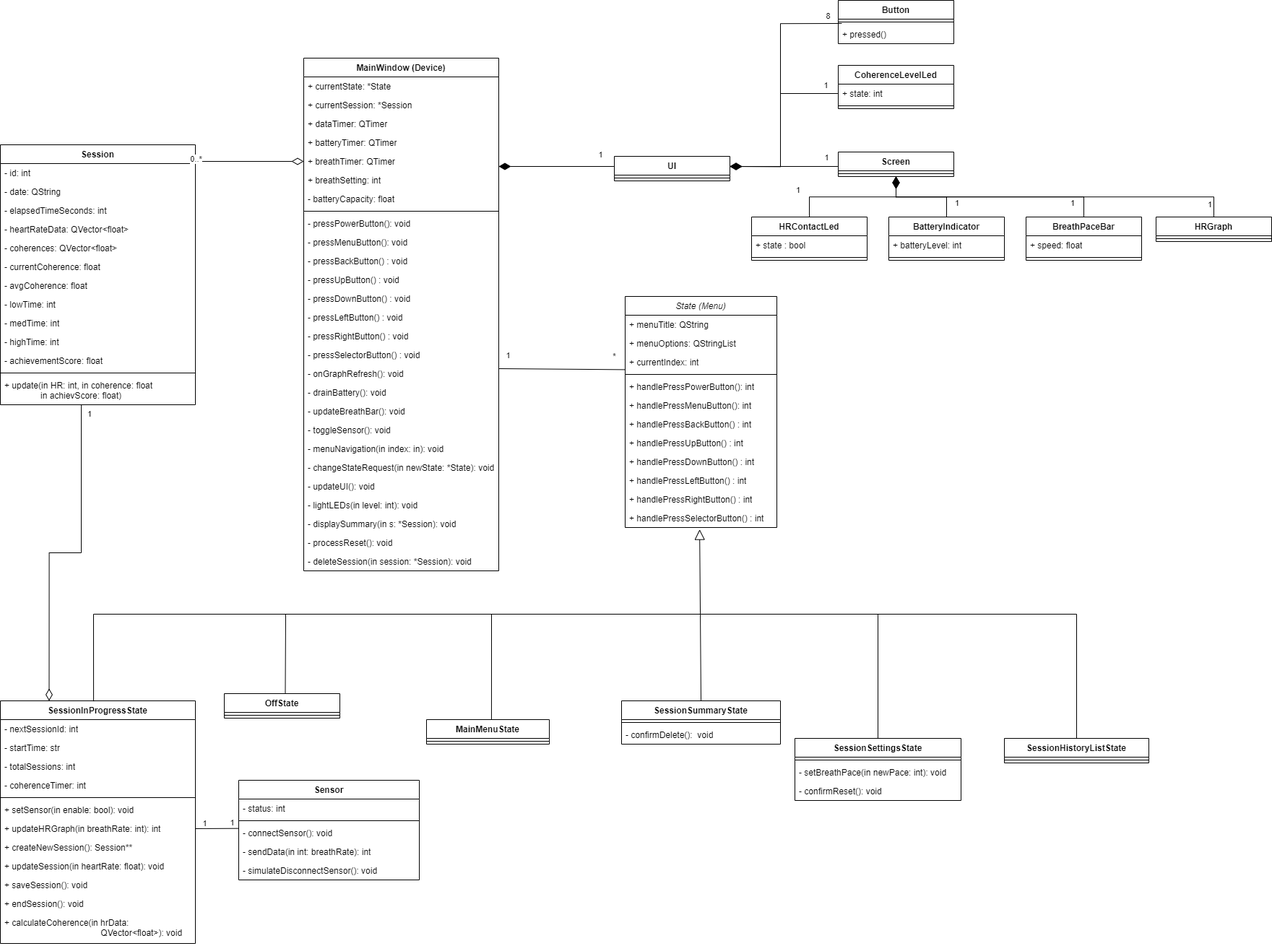
Above: design/UMLClassDiagram1.4.png in Monzama/Software_Engineering_Design_HRVsim (draw.io), before the change. Source tidied: cells renumbered, new cells last; positions are measured from the earlier drawing's top-left corner, leaving out a move shared by most shapes.
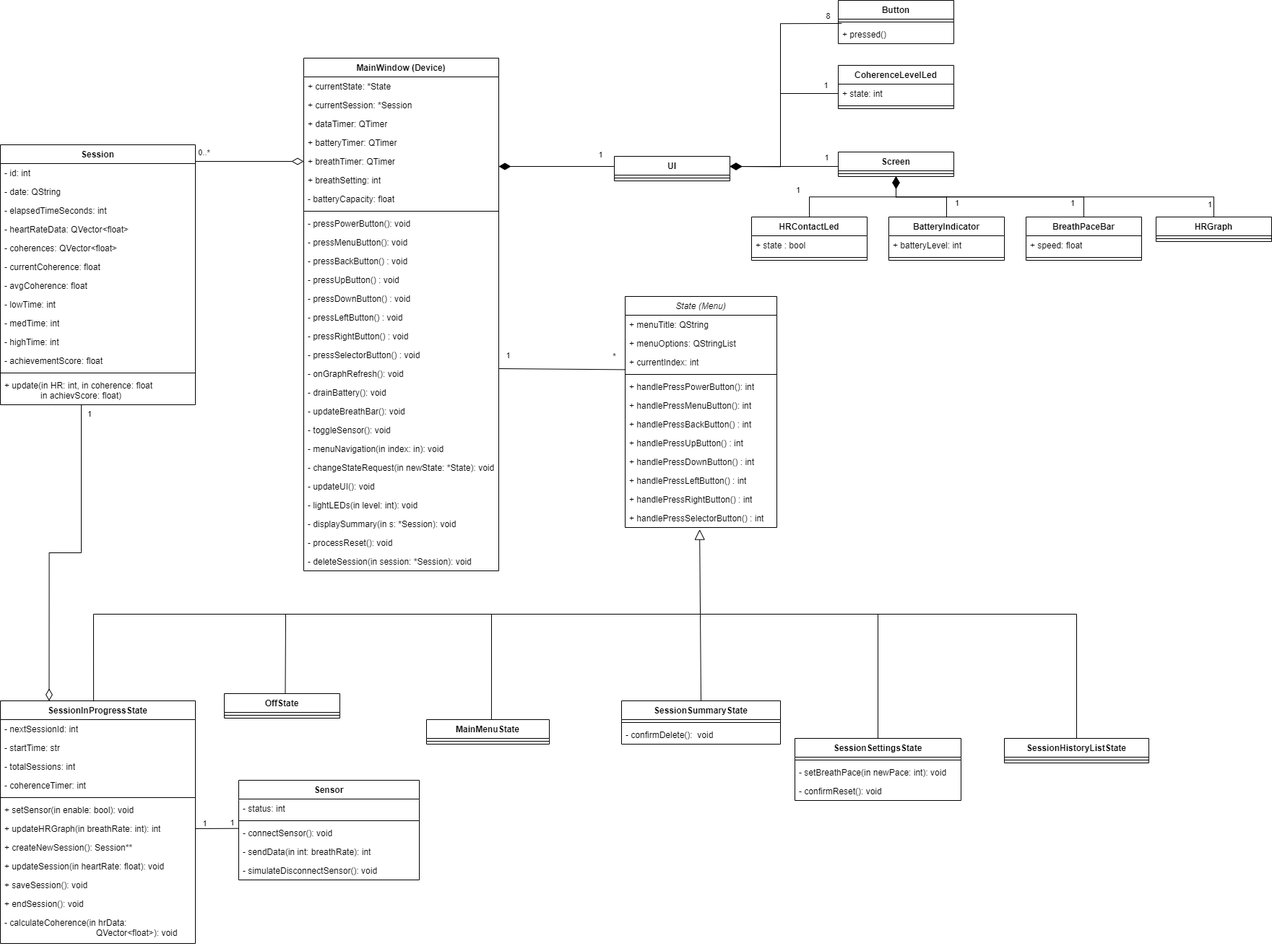
The same diagram one commit later.

What changed in the source:
```diff
@@ -212,7 +212,7 @@
     <mxCell id="71" value="+ endSession(): void" style="text;strokeColor=none;fillColor=none;align=left;verticalAlign=top;spacingLeft=4;spacingRight=4;overflow=hidden;whiteSpace=wrap;html=1;fontStyle=0;" parent="60" vertex="1">
       <mxGeometry y="268" width="270" height="26" as="geometry" />
     </mxCell>
-    <mxCell id="72" value="+ calculateCoherence(in hrData:&amp;nbsp; &amp;nbsp; &amp;nbsp; &amp;nbsp; &amp;nbsp; &amp;nbsp; &amp;nbsp; &amp;nbsp; &amp;nbsp; &amp;nbsp; &amp;nbsp; &amp;nbsp; &amp;nbsp; &amp;nbsp; &amp;nbsp; &amp;nbsp; &amp;nbsp; &amp;nbsp; &amp;nbsp; &amp;nbsp; &amp;nbsp; &amp;nbsp; &amp;nbsp; &amp;nbsp; &amp;nbsp; &amp;nbsp; &amp;nbsp; &amp;nbsp; &amp;nbsp; &amp;nbsp; &amp;nbsp; &amp;nbsp; &amp;nbsp; QVector&amp;lt;float&amp;gt;): void" style="text;strokeColor=none;fillColor=none;align=left;verticalAlign=top;spacingLeft=4;spacingRight=4;overflow=hidden;whiteSpace=wrap;html=1;fontStyle=0;" parent="60" vertex="1">
+    <mxCell id="72" value="- calculateCoherence(in hrData:&amp;nbsp; &amp;nbsp; &amp;nbsp; &amp;nbsp; &amp;nbsp; &amp;nbsp; &amp;nbsp; &amp;nbsp; &amp;nbsp; &amp;nbsp; &amp;nbsp; &amp;nbsp; &amp;nbsp; &amp;nbsp; &amp;nbsp; &amp;nbsp; &amp;nbsp; &amp;nbsp; &amp;nbsp; &amp;nbsp; &amp;nbsp; &amp;nbsp; &amp;nbsp; &amp;nbsp; &amp;nbsp; &amp;nbsp; &amp;nbsp; &amp;nbsp; &amp;nbsp; &amp;nbsp; &amp;nbsp; &amp;nbsp; &amp;nbsp; QVector&amp;lt;float&amp;gt;): void" style="text;strokeColor=none;fillColor=none;align=left;verticalAlign=top;spacingLeft=4;spacingRight=4;overflow=hidden;whiteSpace=wrap;html=1;fontStyle=0;" parent="60" vertex="1">
       <mxGeometry y="294" width="270" height="42" as="geometry" />
     </mxCell>
     <mxCell id="73" value="SessionSummaryState" style="swimlane;fontStyle=1;align=center;verticalAlign=top;horizontal=1;startSize=26;whiteSpace=wrap;html=1;" parent="1" vertex="1">
@@ -428,7 +428,7 @@
     </mxCell>
     <mxCell id="125" value="0..*" style="edgeLabel;html=1;align=center;verticalAlign=middle;" parent="124" vertex="1">
       <mxGeometry x="0.64" y="-1" relative="1" as="geometry">
-        <mxPoint y="-11" as="offset" />
+        <mxPoint x="11" y="-20" as="offset" />
       </mxGeometry>
     </mxCell>
     <mxCell id="126" style="endArrow=none;html=1;rounded=0;exitX=1;exitY=0.5;exitDx=0;exitDy=0;entryX=-0.001;entryY=0.565;entryDx=0;entryDy=0;entryPerimeter=0;" parent="1" edge="1" source="67">
```
